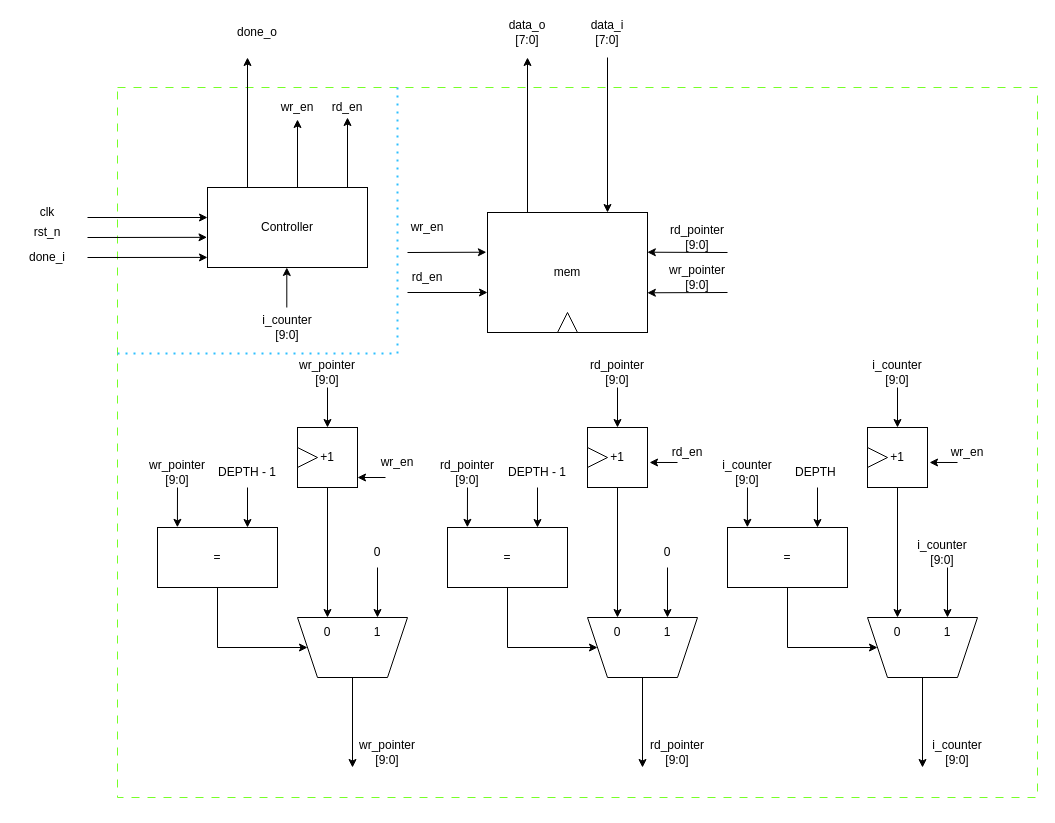
The draw.io diagram draw/PreparationModules/LineBuffer.drawio in Hieuueihm/Thesis, before the edit. Source tidied: cells renumbered, new cells numbered last; positions are measured from the earlier drawing's top-left corner, leaving out a move shared by most shapes. Both pictures are drawn from the tidied source at 100%, with x=0, y=0 at pixel (17, 17).
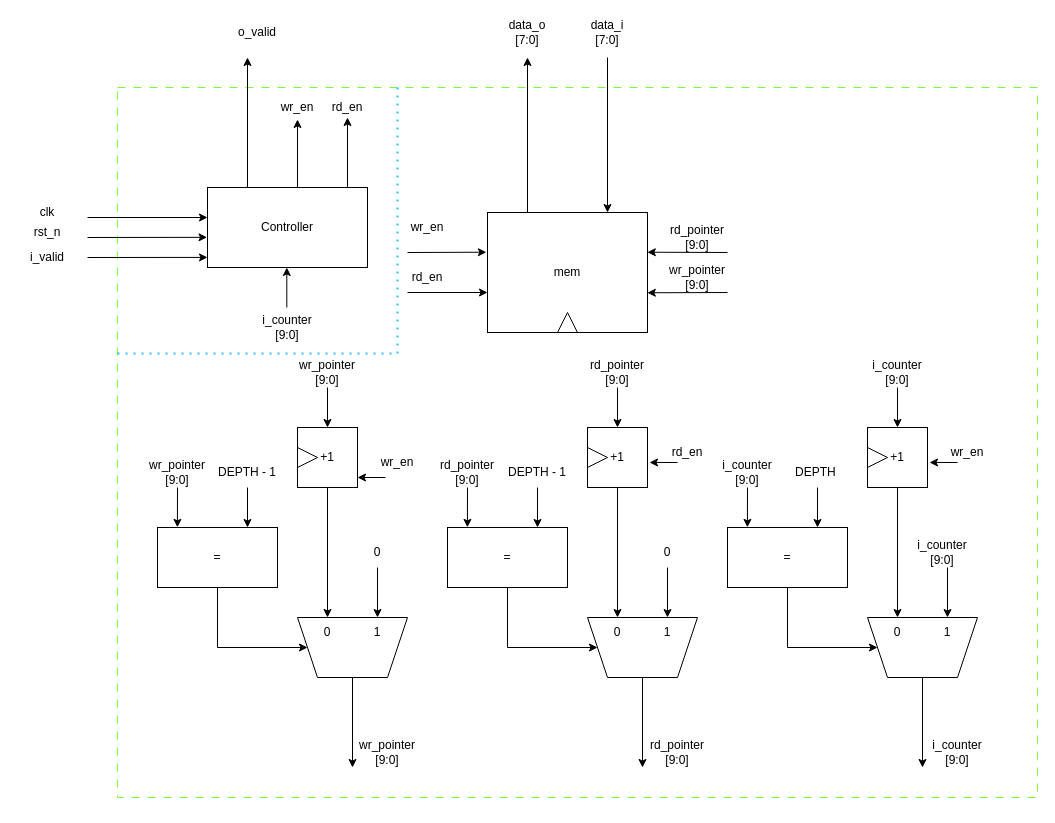
The same diagram, later.

What changed in the source:
```diff
@@
-    <mxCell id="10" value="done_i" style="text;html=1;align=center;verticalAlign=middle;whiteSpace=wrap;rounded=0;" parent="1" vertex="1">
+    <mxCell id="10" value="i_valid" style="text;html=1;align=center;verticalAlign=middle;whiteSpace=wrap;rounded=0;" parent="1" vertex="1">
       <mxGeometry y="225" width="60" height="30" as="geometry" />
     </mxCell>
@@
-    <mxCell id="14" value="done_o" style="text;html=1;align=center;verticalAlign=middle;whiteSpace=wrap;rounded=0;" parent="1" vertex="1">
+    <mxCell id="14" value="o_valid" style="text;html=1;align=center;verticalAlign=middle;whiteSpace=wrap;rounded=0;" parent="1" vertex="1">
       <mxGeometry x="210" width="60" height="30" as="geometry" />
     </mxCell>
```
